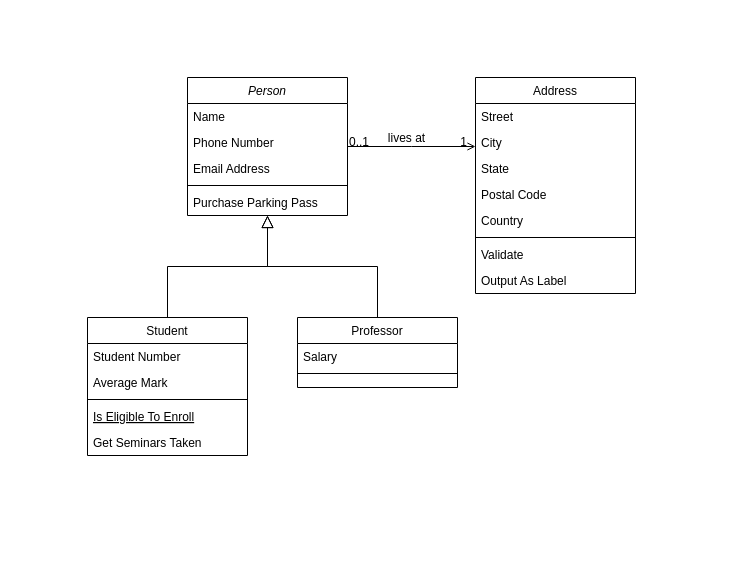
Above: Untitled Diagram.drawio in L1rical366/uml (draw.io), before the change. Source tidied: cells renumbered, new cells numbered last; positions are measured from the earlier drawing's top-left corner, leaving out a move shared by most shapes. Both pictures are drawn from the tidied source at 100%, with x=0, y=0 at pixel (87, 77).
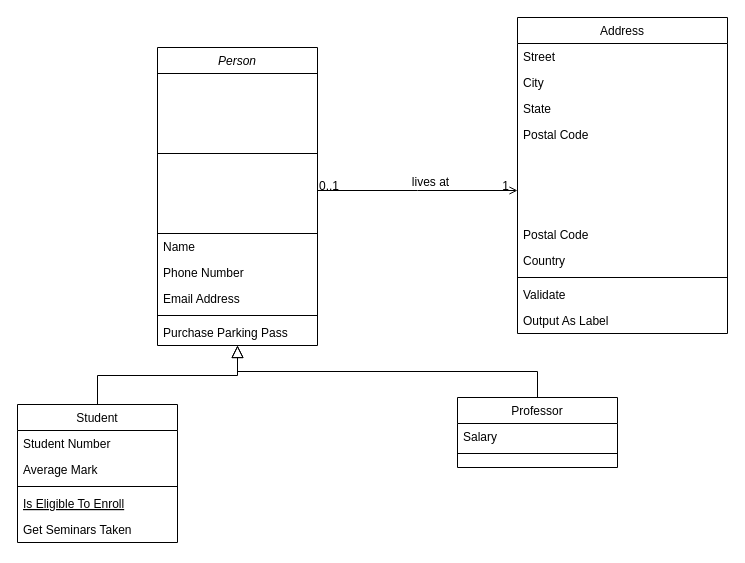
The same diagram, later.

What changed in the source:
```diff
@@
     <mxCell id="2" value="Person" style="swimlane;fontStyle=2;align=center;verticalAlign=top;horizontal=1;startSize=26;rounded=0;shadow=0;strokeWidth=1;" parent="1" vertex="1">
-      <mxGeometry x="100" width="160" height="138" as="geometry" />
+      <mxGeometry x="70" y="-30" width="160" height="298" as="geometry" />
     </mxCell>
+    <mxCell id="32" style="whiteSpace=wrap;html=1;" parent="2" vertex="1">
+      <mxGeometry y="26" width="160" height="80" as="geometry" />
+    </mxCell>
+    <mxCell id="33" style="whiteSpace=wrap;html=1;" parent="2" vertex="1">
+      <mxGeometry y="106" width="160" height="80" as="geometry" />
+    </mxCell>
     <mxCell id="3" value="Name" style="text;align=left;verticalAlign=top;spacingLeft=4;spacingRight=4;overflow=hidden;" parent="2" vertex="1">
-      <mxGeometry y="26" width="160" height="26" as="geometry" />
+      <mxGeometry y="186" width="160" height="26" as="geometry" />
     </mxCell>
     <mxCell id="4" value="Phone Number" style="text;align=left;verticalAlign=top;spacingLeft=4;spacingRight=4;overflow=hidden;rounded=0;shadow=0;html=0;" parent="2" vertex="1">
-      <mxGeometry y="52" width="160" height="26" as="geometry" />
+      <mxGeometry y="212" width="160" height="26" as="geometry" />
     </mxCell>
     <mxCell id="5" value="Email Address" style="text;align=left;verticalAlign=top;spacingLeft=4;spacingRight=4;overflow=hidden;rounded=0;shadow=0;html=0;" parent="2" vertex="1">
-      <mxGeometry y="78" width="160" height="26" as="geometry" />
+      <mxGeometry y="238" width="160" height="26" as="geometry" />
     </mxCell>
     <mxCell id="6" style="line;html=1;strokeWidth=1;align=left;verticalAlign=middle;spacingTop=-1;spacingLeft=3;spacingRight=3;labelPosition=right;" parent="2" vertex="1">
-      <mxGeometry y="104" width="160" height="8" as="geometry" />
+      <mxGeometry y="264" width="160" height="8" as="geometry" />
     </mxCell>
     <mxCell id="7" value="Purchase Parking Pass" style="text;align=left;verticalAlign=top;spacingLeft=4;spacingRight=4;overflow=hidden;" parent="2" vertex="1">
-      <mxGeometry y="112" width="160" height="26" as="geometry" />
+      <mxGeometry y="272" width="160" height="26" as="geometry" />
     </mxCell>
     <mxCell id="8" value="Student" style="swimlane;fontStyle=0;align=center;verticalAlign=top;horizontal=1;startSize=26;rounded=0;shadow=0;strokeWidth=1;" parent="1" vertex="1">
-      <mxGeometry y="240" width="160" height="138" as="geometry" />
+      <mxGeometry x="-70" y="327" width="160" height="138" as="geometry" />
     </mxCell>
@@
     <mxCell id="15" value="Professor" style="swimlane;fontStyle=0;align=center;verticalAlign=top;horizontal=1;startSize=26;rounded=0;shadow=0;strokeWidth=1;" parent="1" vertex="1">
-      <mxGeometry x="210" y="240" width="160" height="70" as="geometry" />
+      <mxGeometry x="370" y="320" width="160" height="70" as="geometry" />
     </mxCell>
@@
     <mxCell id="19" value="Address" style="swimlane;fontStyle=0;align=center;verticalAlign=top;horizontal=1;startSize=26;rounded=0;shadow=0;strokeWidth=1;" parent="1" vertex="1">
-      <mxGeometry x="388" width="160" height="216" as="geometry" />
+      <mxGeometry x="430" y="-60" width="210" height="316" as="geometry" />
     </mxCell>
     <mxCell id="20" value="Street" style="text;align=left;verticalAlign=top;spacingLeft=4;spacingRight=4;overflow=hidden;" parent="19" vertex="1">
-      <mxGeometry y="26" width="160" height="26" as="geometry" />
+      <mxGeometry y="26" width="210" height="26" as="geometry" />
     </mxCell>
     <mxCell id="21" value="City" style="text;align=left;verticalAlign=top;spacingLeft=4;spacingRight=4;overflow=hidden;rounded=0;shadow=0;html=0;" parent="19" vertex="1">
-      <mxGeometry y="52" width="160" height="26" as="geometry" />
+      <mxGeometry y="52" width="210" height="26" as="geometry" />
     </mxCell>
     <mxCell id="22" value="State" style="text;align=left;verticalAlign=top;spacingLeft=4;spacingRight=4;overflow=hidden;rounded=0;shadow=0;html=0;" parent="19" vertex="1">
-      <mxGeometry y="78" width="160" height="26" as="geometry" />
+      <mxGeometry y="78" width="210" height="26" as="geometry" />
     </mxCell>
+    <mxCell id="34" value="Postal Code" style="text;align=left;verticalAlign=top;spacingLeft=4;spacingRight=4;overflow=hidden;rounded=0;shadow=0;html=0;" parent="19" vertex="1">
+      <mxGeometry y="104" width="210" height="100" as="geometry" />
+    </mxCell>
     <mxCell id="23" value="Postal Code" style="text;align=left;verticalAlign=top;spacingLeft=4;spacingRight=4;overflow=hidden;rounded=0;shadow=0;html=0;" parent="19" vertex="1">
-      <mxGeometry y="104" width="160" height="26" as="geometry" />
+      <mxGeometry y="204" width="210" height="26" as="geometry" />
     </mxCell>
     <mxCell id="24" value="Country" style="text;align=left;verticalAlign=top;spacingLeft=4;spacingRight=4;overflow=hidden;rounded=0;shadow=0;html=0;" parent="19" vertex="1">
-      <mxGeometry y="130" width="160" height="26" as="geometry" />
+      <mxGeometry y="230" width="210" height="26" as="geometry" />
     </mxCell>
     <mxCell id="25" style="line;html=1;strokeWidth=1;align=left;verticalAlign=middle;spacingTop=-1;spacingLeft=3;spacingRight=3;labelPosition=right;" parent="19" vertex="1">
-      <mxGeometry y="156" width="160" height="8" as="geometry" />
+      <mxGeometry y="256" width="210" height="8" as="geometry" />
     </mxCell>
     <mxCell id="26" value="Validate" style="text;align=left;verticalAlign=top;spacingLeft=4;spacingRight=4;overflow=hidden;" parent="19" vertex="1">
-      <mxGeometry y="164" width="160" height="26" as="geometry" />
+      <mxGeometry y="264" width="210" height="26" as="geometry" />
     </mxCell>
     <mxCell id="27" value="Output As Label" style="text;align=left;verticalAlign=top;spacingLeft=4;spacingRight=4;overflow=hidden;" parent="19" vertex="1">
-      <mxGeometry y="190" width="160" height="26" as="geometry" />
+      <mxGeometry y="290" width="210" height="26" as="geometry" />
     </mxCell>
```
